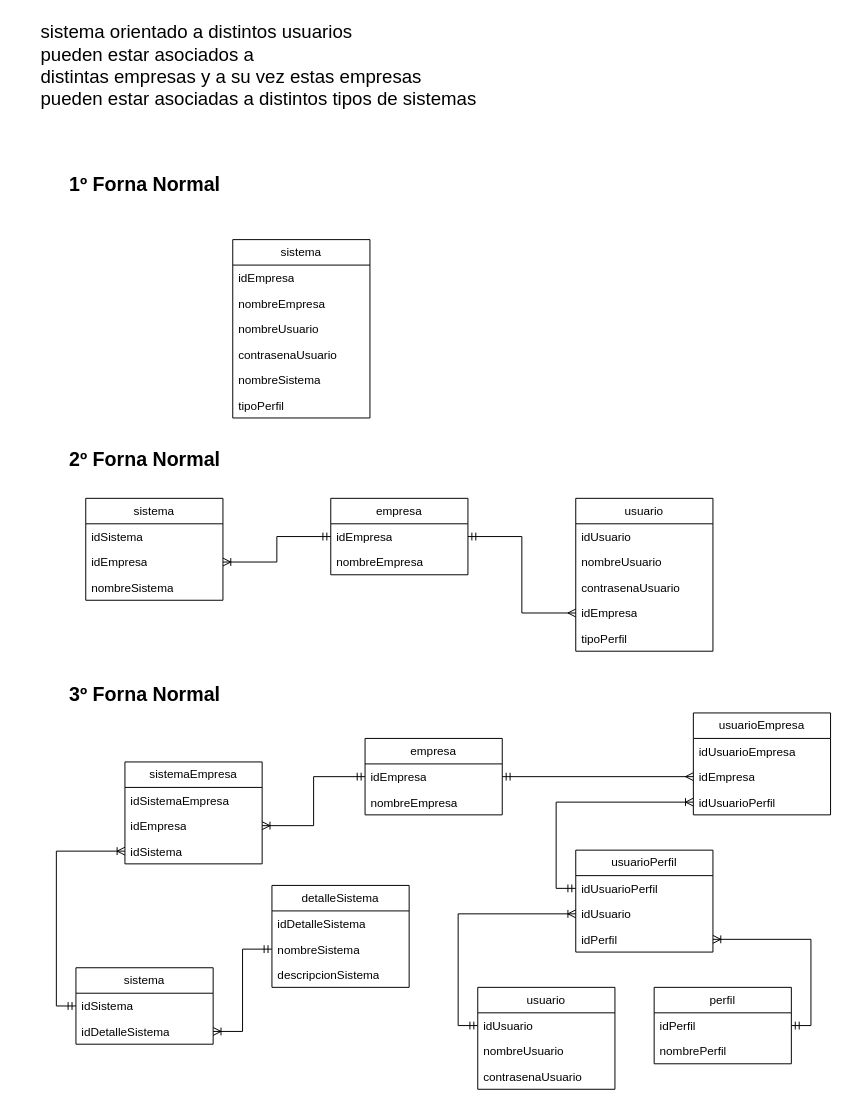
The draw.io diagram Marco_Figueroa.drawio in CiscoFsociety23/diagramas, before the edit. Source tidied: cells renumbered, new cells numbered last; positions are measured from the earlier drawing's top-left corner, leaving out a move shared by most shapes. Both pictures are drawn from the tidied source at 98%, with x=0, y=0 at pixel (17, 17).
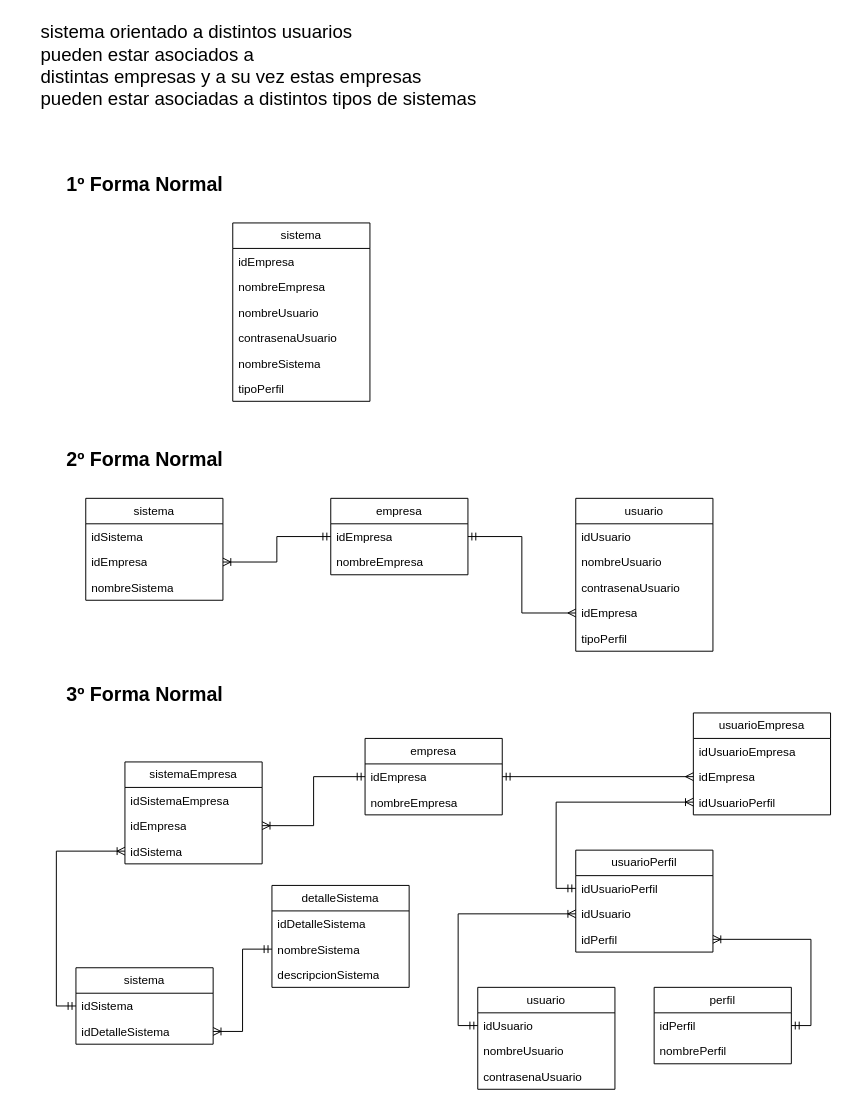
After the change.

Change to the diagram source:
```diff
@@
     <mxCell id="2" value="sistema" style="swimlane;fontStyle=0;horizontal=1;startSize=26;fillColor=none;whiteSpace=wrap;html=1;" parent="1" vertex="1">
-      <mxGeometry x="220" y="227" width="140" height="182" as="geometry" />
+      <mxGeometry x="220" y="210" width="140" height="182" as="geometry" />
     </mxCell>
@@
-    <mxCell id="9" value="&lt;font style=&quot;font-size: 20px;&quot;&gt;&lt;b&gt;1º Forna Normal&lt;/b&gt;&lt;br&gt;&lt;/font&gt;" style="text;html=1;align=center;verticalAlign=middle;strokeColor=none;fillColor=none;" parent="1" vertex="1">
+    <mxCell id="9" value="&lt;font style=&quot;font-size: 20px;&quot;&gt;&lt;b&gt;1º Forma Normal&lt;/b&gt;&lt;br&gt;&lt;/font&gt;" style="text;html=1;align=center;verticalAlign=middle;strokeColor=none;fillColor=none;" parent="1" vertex="1">
       <mxGeometry x="40" y="150" width="180" height="40" as="geometry" />
     </mxCell>
@@
-    <mxCell id="14" value="&lt;font style=&quot;font-size: 20px;&quot;&gt;&lt;b&gt;2º Forna Normal&lt;/b&gt;&lt;br&gt;&lt;/font&gt;" style="text;html=1;align=center;verticalAlign=middle;strokeColor=none;fillColor=none;" parent="1" vertex="1">
+    <mxCell id="14" value="&lt;font style=&quot;font-size: 20px;&quot;&gt;&lt;b&gt;2º Forma Normal&lt;/b&gt;&lt;br&gt;&lt;/font&gt;" style="text;html=1;align=center;verticalAlign=middle;strokeColor=none;fillColor=none;" parent="1" vertex="1">
       <mxGeometry x="40" y="430" width="180" height="40" as="geometry" />
     </mxCell>
-    <mxCell id="15" value="&lt;font style=&quot;font-size: 20px;&quot;&gt;&lt;b&gt;3º Forna Normal&lt;/b&gt;&lt;br&gt;&lt;/font&gt;" style="text;html=1;align=center;verticalAlign=middle;strokeColor=none;fillColor=none;" parent="1" vertex="1">
+    <mxCell id="15" value="&lt;font style=&quot;font-size: 20px;&quot;&gt;&lt;b&gt;3º Forma Normal&lt;/b&gt;&lt;br&gt;&lt;/font&gt;" style="text;html=1;align=center;verticalAlign=middle;strokeColor=none;fillColor=none;" parent="1" vertex="1">
       <mxGeometry x="40" y="670" width="180" height="40" as="geometry" />
     </mxCell>
```
